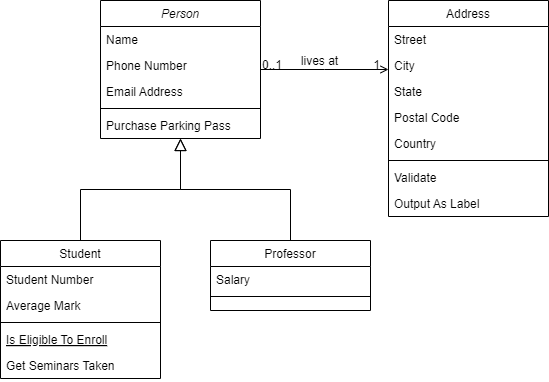
Above: Decorator.drawio.png in jimmyjazz31/CSSFinalProject (draw.io), before the change. Source tidied: cells renumbered, new cells last; positions are measured from the earlier drawing's top-left corner, leaving out a move shared by most shapes.
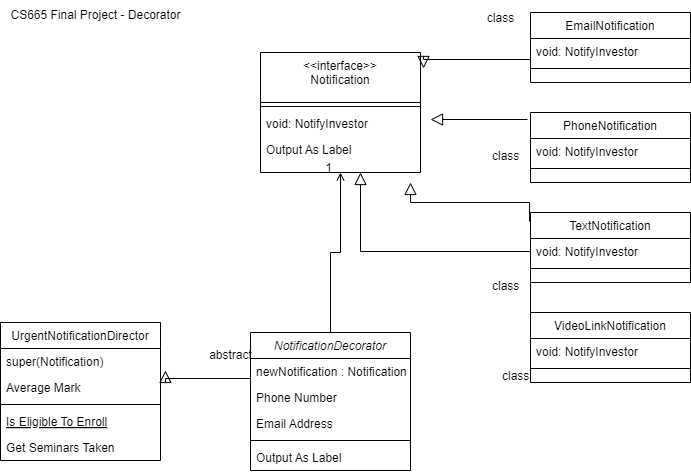
After the commit.

Diff of the diagram source:
```diff
@@ -2,10 +2,10 @@
   <root>
     <mxCell id="0" />
     <mxCell id="1" parent="0" />
-    <mxCell id="2" value="Person" style="swimlane;fontStyle=2;align=center;verticalAlign=top;horizontal=1;startSize=26;rounded=0;shadow=0;strokeWidth=1;" parent="1" vertex="1">
-      <mxGeometry x="100" width="160" height="138" as="geometry" />
+    <mxCell id="2" value="NotificationDecorator" style="swimlane;fontStyle=2;align=center;verticalAlign=top;horizontal=1;startSize=26;rounded=0;shadow=0;strokeWidth=1;" parent="1" vertex="1">
+      <mxGeometry x="170" y="230" width="160" height="138" as="geometry" />
     </mxCell>
-    <mxCell id="3" value="Name" style="text;align=left;verticalAlign=top;spacingLeft=4;spacingRight=4;overflow=hidden;" parent="2" vertex="1">
+    <mxCell id="3" value="newNotification : Notification" style="text;align=left;verticalAlign=top;spacingLeft=4;spacingRight=4;overflow=hidden;" parent="2" vertex="1">
       <mxGeometry y="26" width="160" height="26" as="geometry" />
     </mxCell>
     <mxCell id="4" value="Phone Number" style="text;align=left;verticalAlign=top;spacingLeft=4;spacingRight=4;overflow=hidden;points=[[0,0.5],[1,0.5]];portConstraint=eastwest;rounded=0;shadow=0;html=0;" parent="2" vertex="1">
@@ -17,13 +17,13 @@
     <mxCell id="6" style="line;html=1;strokeWidth=1;align=left;verticalAlign=middle;spacingTop=-1;spacingLeft=3;spacingRight=3;labelPosition=right;" parent="2" vertex="1">
       <mxGeometry y="104" width="160" height="8" as="geometry" />
     </mxCell>
-    <mxCell id="7" value="Purchase Parking Pass" style="text;align=left;verticalAlign=top;spacingLeft=4;spacingRight=4;overflow=hidden;" parent="2" vertex="1">
+    <mxCell id="7" value="Output As Label" style="text;align=left;verticalAlign=top;spacingLeft=4;spacingRight=4;overflow=hidden;" parent="2" vertex="1">
       <mxGeometry y="112" width="160" height="26" as="geometry" />
     </mxCell>
-    <mxCell id="8" value="Student" style="swimlane;fontStyle=0;align=center;verticalAlign=top;horizontal=1;startSize=26;rounded=0;shadow=0;strokeWidth=1;" parent="1" vertex="1">
-      <mxGeometry y="240" width="160" height="138" as="geometry" />
+    <mxCell id="8" value="UrgentNotificationDirector" style="swimlane;fontStyle=0;align=center;verticalAlign=top;horizontal=1;startSize=26;rounded=0;shadow=0;strokeWidth=1;" parent="1" vertex="1">
+      <mxGeometry x="-80" y="220" width="160" height="138" as="geometry" />
     </mxCell>
-    <mxCell id="9" value="Student Number" style="text;align=left;verticalAlign=top;spacingLeft=4;spacingRight=4;overflow=hidden;points=[[0,0.5],[1,0.5]];portConstraint=eastwest;" parent="8" vertex="1">
+    <mxCell id="9" value="super(Notification)" style="text;align=left;verticalAlign=top;spacingLeft=4;spacingRight=4;overflow=hidden;points=[[0,0.5],[1,0.5]];portConstraint=eastwest;" parent="8" vertex="1">
       <mxGeometry y="26" width="160" height="26" as="geometry" />
     </mxCell>
     <mxCell id="10" value="Average Mark" style="text;align=left;verticalAlign=top;spacingLeft=4;spacingRight=4;overflow=hidden;rounded=0;shadow=0;html=0;" parent="8" vertex="1">
@@ -38,54 +38,36 @@
     <mxCell id="13" value="Get Seminars Taken" style="text;align=left;verticalAlign=top;spacingLeft=4;spacingRight=4;overflow=hidden;" parent="8" vertex="1">
       <mxGeometry y="112" width="160" height="26" as="geometry" />
     </mxCell>
-    <mxCell id="14" style="endArrow=block;endSize=10;endFill=0;shadow=0;strokeWidth=1;rounded=0;curved=0;edgeStyle=elbowEdgeStyle;elbow=vertical;" parent="1" edge="1" source="8" target="2">
+    <mxCell id="14" style="endArrow=block;endSize=10;endFill=0;shadow=0;strokeWidth=1;rounded=0;curved=0;edgeStyle=elbowEdgeStyle;elbow=vertical;entryX=1.031;entryY=0.846;entryDx=0;entryDy=0;entryPerimeter=0;exitX=0;exitY=0.115;exitDx=0;exitDy=0;exitPerimeter=0;" parent="1" edge="1" source="4" target="9">
       <mxGeometry relative="1" as="geometry" />
     </mxCell>
-    <mxCell id="15" value="Professor" style="swimlane;fontStyle=0;align=center;verticalAlign=top;horizontal=1;startSize=26;rounded=0;shadow=0;strokeWidth=1;" parent="1" vertex="1">
-      <mxGeometry x="210" y="240" width="160" height="70" as="geometry" />
+    <mxCell id="15" value="PhoneNotification" style="swimlane;fontStyle=0;align=center;verticalAlign=top;horizontal=1;startSize=26;rounded=0;shadow=0;strokeWidth=1;" parent="1" vertex="1">
+      <mxGeometry x="450" y="10" width="160" height="70" as="geometry" />
     </mxCell>
-    <mxCell id="16" value="Salary" style="text;align=left;verticalAlign=top;spacingLeft=4;spacingRight=4;overflow=hidden;" parent="15" vertex="1">
+    <mxCell id="16" value="void: NotifyInvestor" style="text;align=left;verticalAlign=top;spacingLeft=4;spacingRight=4;overflow=hidden;" parent="15" vertex="1">
       <mxGeometry y="26" width="160" height="26" as="geometry" />
     </mxCell>
     <mxCell id="17" style="line;html=1;strokeWidth=1;align=left;verticalAlign=middle;spacingTop=-1;spacingLeft=3;spacingRight=3;labelPosition=right;" parent="15" vertex="1">
       <mxGeometry y="52" width="160" height="8" as="geometry" />
     </mxCell>
-    <mxCell id="18" style="endArrow=block;endSize=10;endFill=0;shadow=0;strokeWidth=1;rounded=0;curved=0;edgeStyle=elbowEdgeStyle;elbow=vertical;" parent="1" edge="1" source="15" target="2">
-      <mxGeometry relative="1" as="geometry" />
-    </mxCell>
-    <mxCell id="19" value="Address" style="swimlane;fontStyle=0;align=center;verticalAlign=top;horizontal=1;startSize=26;rounded=0;shadow=0;strokeWidth=1;" parent="1" vertex="1">
-      <mxGeometry x="388" width="160" height="216" as="geometry" />
+    <mxCell id="19" value="&lt;&lt;interface&gt;&gt;&#10;Notification" style="swimlane;fontStyle=0;align=center;verticalAlign=top;horizontal=1;startSize=50;rounded=0;shadow=0;strokeWidth=1;" parent="1" vertex="1">
+      <mxGeometry x="180" y="-50" width="160" height="120" as="geometry" />
     </mxCell>
-    <mxCell id="20" value="Street" style="text;align=left;verticalAlign=top;spacingLeft=4;spacingRight=4;overflow=hidden;" parent="19" vertex="1">
-      <mxGeometry y="26" width="160" height="26" as="geometry" />
-    </mxCell>
-    <mxCell id="21" value="City" style="text;align=left;verticalAlign=top;spacingLeft=4;spacingRight=4;overflow=hidden;rounded=0;shadow=0;html=0;" parent="19" vertex="1">
-      <mxGeometry y="52" width="160" height="26" as="geometry" />
-    </mxCell>
-    <mxCell id="22" value="State" style="text;align=left;verticalAlign=top;spacingLeft=4;spacingRight=4;overflow=hidden;rounded=0;shadow=0;html=0;" parent="19" vertex="1">
-      <mxGeometry y="78" width="160" height="26" as="geometry" />
-    </mxCell>
-    <mxCell id="23" value="Postal Code" style="text;align=left;verticalAlign=top;spacingLeft=4;spacingRight=4;overflow=hidden;rounded=0;shadow=0;html=0;" parent="19" vertex="1">
-      <mxGeometry y="104" width="160" height="26" as="geometry" />
-    </mxCell>
-    <mxCell id="24" value="Country" style="text;align=left;verticalAlign=top;spacingLeft=4;spacingRight=4;overflow=hidden;rounded=0;shadow=0;html=0;" parent="19" vertex="1">
-      <mxGeometry y="130" width="160" height="26" as="geometry" />
-    </mxCell>
     <mxCell id="25" style="line;html=1;strokeWidth=1;align=left;verticalAlign=middle;spacingTop=-1;spacingLeft=3;spacingRight=3;labelPosition=right;" parent="19" vertex="1">
-      <mxGeometry y="156" width="160" height="8" as="geometry" />
+      <mxGeometry y="50" width="160" height="8" as="geometry" />
     </mxCell>
-    <mxCell id="26" value="Validate" style="text;align=left;verticalAlign=top;spacingLeft=4;spacingRight=4;overflow=hidden;" parent="19" vertex="1">
-      <mxGeometry y="164" width="160" height="26" as="geometry" />
+    <mxCell id="26" value="void: NotifyInvestor" style="text;align=left;verticalAlign=top;spacingLeft=4;spacingRight=4;overflow=hidden;" parent="19" vertex="1">
+      <mxGeometry y="58" width="160" height="26" as="geometry" />
     </mxCell>
     <mxCell id="27" value="Output As Label" style="text;align=left;verticalAlign=top;spacingLeft=4;spacingRight=4;overflow=hidden;points=[[0,0.5],[1,0.5]];portConstraint=eastwest;" parent="19" vertex="1">
-      <mxGeometry y="190" width="160" height="26" as="geometry" />
+      <mxGeometry y="84" width="160" height="26" as="geometry" />
     </mxCell>
     <mxCell id="28" style="endArrow=open;shadow=0;strokeWidth=1;rounded=0;curved=0;endFill=1;edgeStyle=elbowEdgeStyle;elbow=vertical;" parent="1" edge="1" source="2" target="19">
       <mxGeometry x="0.5" y="41" relative="1" as="geometry">
         <mxPoint x="-40" y="32" as="offset" />
       </mxGeometry>
     </mxCell>
-    <mxCell id="29" value="0..1" style="align=left;verticalAlign=bottom;labelBackgroundColor=none;fontSize=12;" parent="28" vertex="1">
+    <mxCell id="29" style="align=left;verticalAlign=bottom;labelBackgroundColor=none;fontSize=12;" parent="28" vertex="1">
       <mxGeometry x="-1" relative="1" as="geometry">
         <mxPoint y="4" as="offset" />
       </mxGeometry>
@@ -95,10 +77,66 @@
         <mxPoint x="-7" y="4" as="offset" />
       </mxGeometry>
     </mxCell>
-    <mxCell id="31" value="lives at" style="text;html=1;align=center;verticalAlign=middle;labelBackgroundColor=none;rounded=0;shadow=0;strokeWidth=1;fontSize=12;" parent="28" vertex="1">
-      <mxGeometry x="0.5" y="49" relative="1" as="geometry">
-        <mxPoint x="-38" y="40" as="offset" />
-      </mxGeometry>
-    </mxCell>
+    <mxCell id="32" value="abstract" style="text;html=1;align=center;verticalAlign=middle;strokeColor=none;fillColor=none;" parent="1" vertex="1">
+      <mxGeometry x="115" y="238" width="70" height="30" as="geometry" />
+    </mxCell>
+    <mxCell id="33" style="endArrow=block;endSize=10;endFill=0;shadow=0;strokeWidth=1;rounded=0;curved=0;edgeStyle=elbowEdgeStyle;elbow=vertical;exitX=-0.006;exitY=0.129;exitDx=0;exitDy=0;exitPerimeter=0;" parent="1" edge="1" source="37">
+      <mxGeometry relative="1" as="geometry">
+        <mxPoint x="330" y="80" as="targetPoint" />
+      </mxGeometry>
+    </mxCell>
+    <mxCell id="34" value="EmailNotification" style="swimlane;fontStyle=0;align=center;verticalAlign=top;horizontal=1;startSize=26;rounded=0;shadow=0;strokeWidth=1;" parent="1" vertex="1">
+      <mxGeometry x="450" y="-90" width="160" height="70" as="geometry" />
+    </mxCell>
+    <mxCell id="35" value="void: NotifyInvestor" style="text;align=left;verticalAlign=top;spacingLeft=4;spacingRight=4;overflow=hidden;points=[[0,0.5],[1,0.5]];portConstraint=eastwest;" parent="34" vertex="1">
+      <mxGeometry y="26" width="160" height="26" as="geometry" />
+    </mxCell>
+    <mxCell id="36" style="line;html=1;strokeWidth=1;align=left;verticalAlign=middle;spacingTop=-1;spacingLeft=3;spacingRight=3;labelPosition=right;" parent="34" vertex="1">
+      <mxGeometry y="52" width="160" height="8" as="geometry" />
+    </mxCell>
+    <mxCell id="37" value="TextNotification" style="swimlane;fontStyle=0;align=center;verticalAlign=top;horizontal=1;startSize=26;rounded=0;shadow=0;strokeWidth=1;" parent="1" vertex="1">
+      <mxGeometry x="450" y="110" width="160" height="70" as="geometry" />
+    </mxCell>
+    <mxCell id="38" value="void: NotifyInvestor" style="text;align=left;verticalAlign=top;spacingLeft=4;spacingRight=4;overflow=hidden;" parent="37" vertex="1">
+      <mxGeometry y="26" width="160" height="26" as="geometry" />
+    </mxCell>
+    <mxCell id="39" style="line;html=1;strokeWidth=1;align=left;verticalAlign=middle;spacingTop=-1;spacingLeft=3;spacingRight=3;labelPosition=right;" parent="37" vertex="1">
+      <mxGeometry y="52" width="160" height="8" as="geometry" />
+    </mxCell>
+    <mxCell id="40" value="VideoLinkNotification" style="swimlane;fontStyle=0;align=center;verticalAlign=top;horizontal=1;startSize=26;rounded=0;shadow=0;strokeWidth=1;" parent="1" vertex="1">
+      <mxGeometry x="450" y="210" width="160" height="70" as="geometry" />
+    </mxCell>
+    <mxCell id="41" value="void: NotifyInvestor" style="text;align=left;verticalAlign=top;spacingLeft=4;spacingRight=4;overflow=hidden;" parent="40" vertex="1">
+      <mxGeometry y="26" width="160" height="26" as="geometry" />
+    </mxCell>
+    <mxCell id="42" style="line;html=1;strokeWidth=1;align=left;verticalAlign=middle;spacingTop=-1;spacingLeft=3;spacingRight=3;labelPosition=right;" parent="40" vertex="1">
+      <mxGeometry y="52" width="160" height="8" as="geometry" />
+    </mxCell>
+    <mxCell id="43" style="endArrow=block;endSize=10;endFill=0;shadow=0;strokeWidth=1;rounded=0;curved=0;edgeStyle=elbowEdgeStyle;elbow=vertical;entryX=1.019;entryY=0.133;entryDx=0;entryDy=0;entryPerimeter=0;exitX=0;exitY=0.5;exitDx=0;exitDy=0;" parent="1" edge="1" source="35" target="19">
+      <mxGeometry relative="1" as="geometry" />
+    </mxCell>
+    <mxCell id="44" style="endArrow=block;endSize=10;endFill=0;shadow=0;strokeWidth=1;rounded=0;curved=0;edgeStyle=elbowEdgeStyle;elbow=vertical;exitX=-0.019;exitY=0.1;exitDx=0;exitDy=0;exitPerimeter=0;" parent="1" edge="1" source="15">
+      <mxGeometry relative="1" as="geometry">
+        <mxPoint x="350" y="17" as="targetPoint" />
+      </mxGeometry>
+    </mxCell>
+    <mxCell id="45" value="class&lt;div&gt;&lt;br&gt;&lt;/div&gt;" style="text;html=1;align=center;verticalAlign=middle;strokeColor=none;fillColor=none;" parent="1" vertex="1">
+      <mxGeometry x="395" y="-97" width="50" height="40" as="geometry" />
+    </mxCell>
+    <mxCell id="46" value="class" style="text;whiteSpace=wrap;html=1;" parent="1" vertex="1">
+      <mxGeometry x="410" y="40" width="60" height="40" as="geometry" />
+    </mxCell>
+    <mxCell id="47" value="class" style="text;whiteSpace=wrap;html=1;" parent="1" vertex="1">
+      <mxGeometry x="410" y="170" width="60" height="40" as="geometry" />
+    </mxCell>
+    <mxCell id="48" value="class" style="text;whiteSpace=wrap;html=1;" parent="1" vertex="1">
+      <mxGeometry x="420" y="260" width="60" height="40" as="geometry" />
+    </mxCell>
+    <mxCell id="49" style="endArrow=block;endSize=10;endFill=0;shadow=0;strokeWidth=1;rounded=0;curved=0;edgeStyle=elbowEdgeStyle;elbow=vertical;exitX=0;exitY=0.25;exitDx=0;exitDy=0;entryX=0.625;entryY=1.385;entryDx=0;entryDy=0;entryPerimeter=0;" parent="1" edge="1" source="40" target="27">
+      <mxGeometry relative="1" as="geometry" />
+    </mxCell>
+    <mxCell id="50" value="CS665 Final Project - Decorator" style="text;html=1;align=center;verticalAlign=middle;strokeColor=none;fillColor=none;" parent="1" vertex="1">
+      <mxGeometry x="-80" y="-102" width="190" height="30" as="geometry" />
+    </mxCell>
   </root>
 </mxGraphModel>
```
